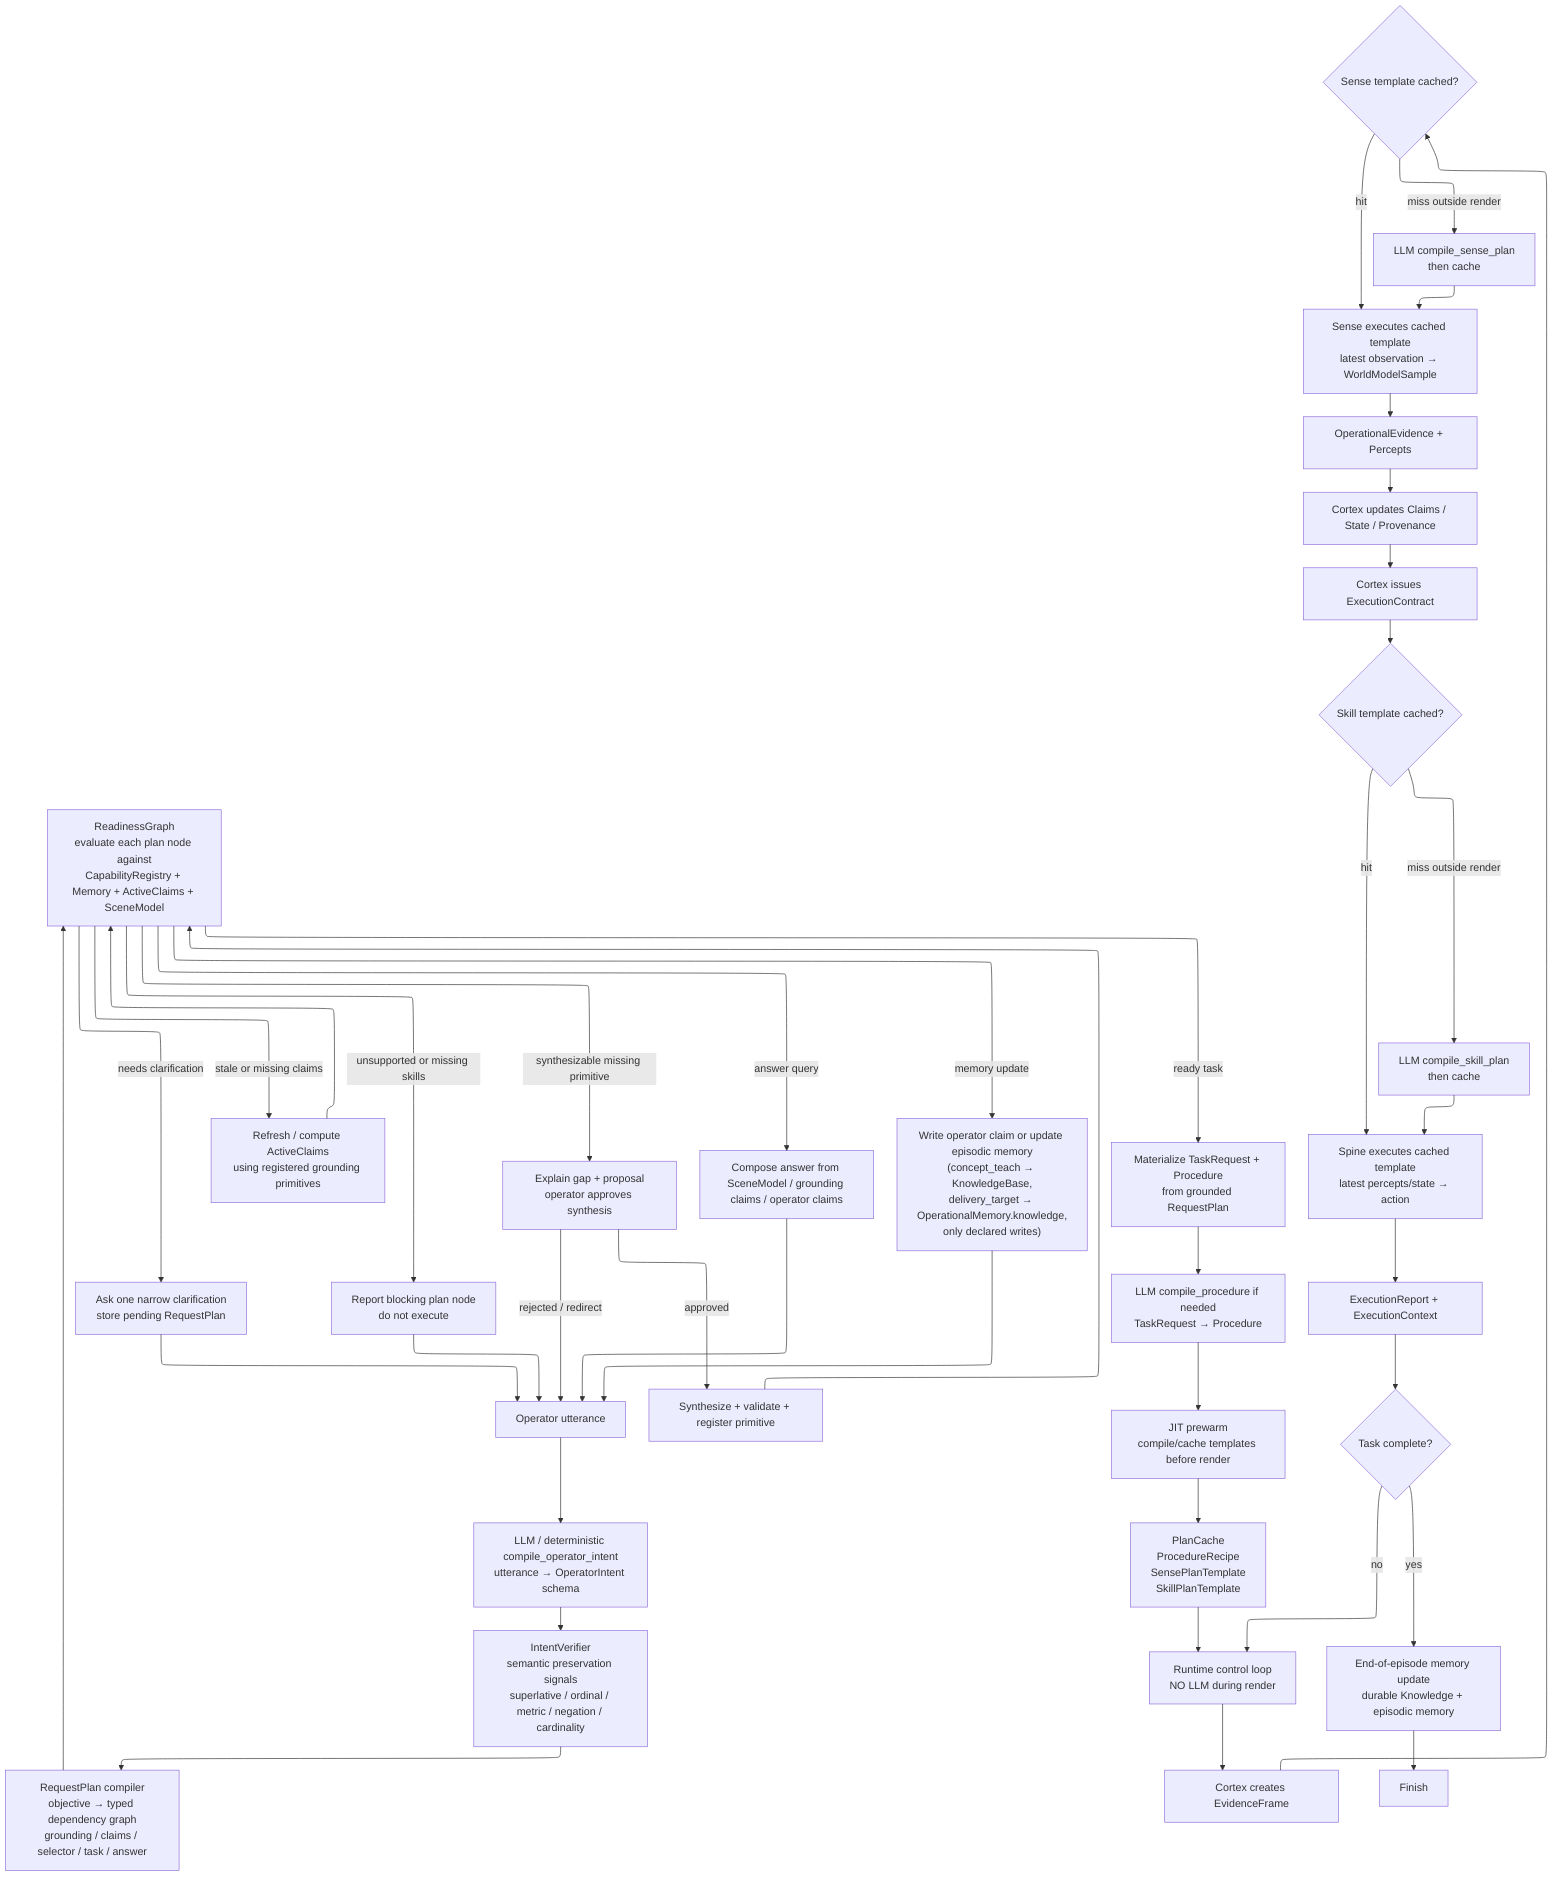
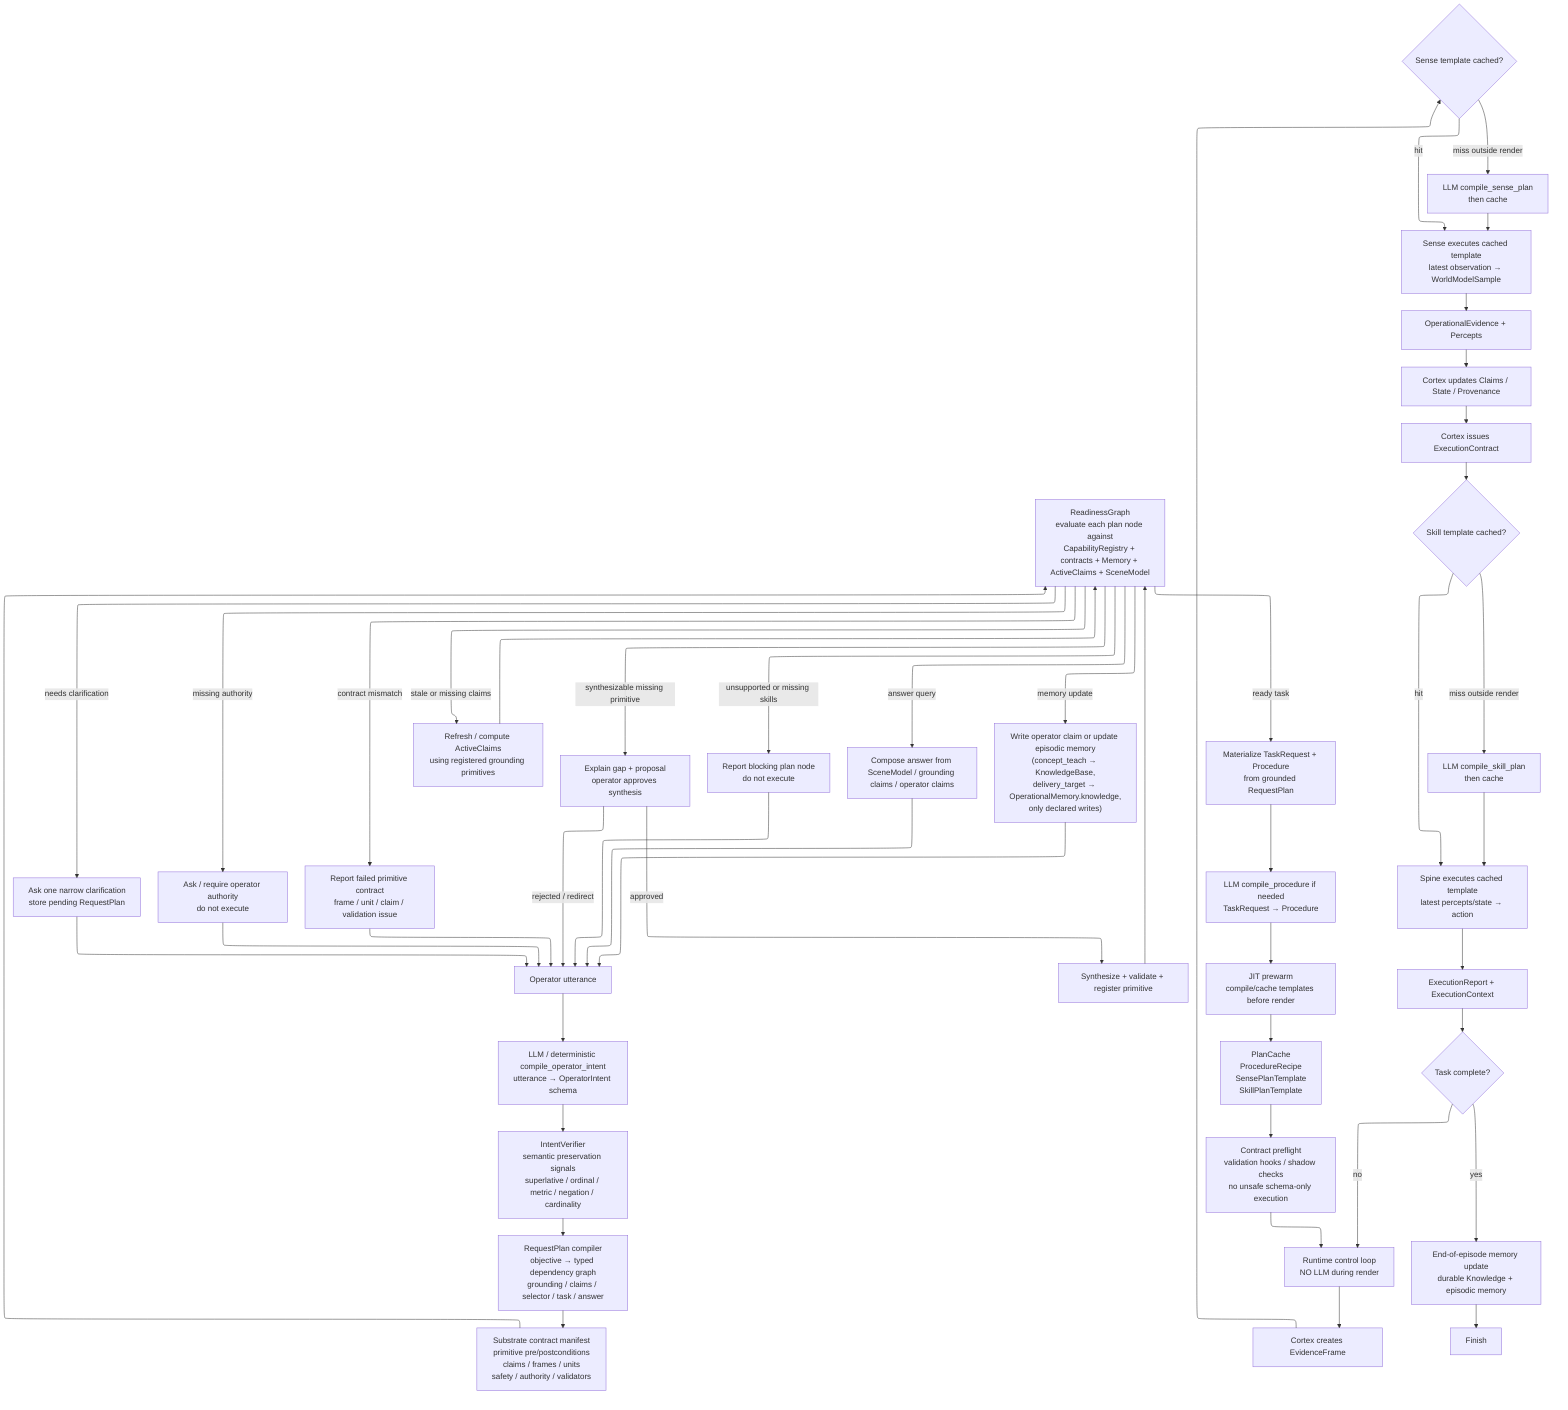
---
config:
  layout: elk
---
flowchart TD

  Start["Operator utterance"] --> CompileIntent["LLM / deterministic compile_operator_intent<br>utterance → OperatorIntent schema"]
  CompileIntent --> VerifyIntent["IntentVerifier<br>semantic preservation signals<br>superlative / ordinal / metric / negation / cardinality"]
  VerifyIntent --> RequestPlan["RequestPlan compiler<br>objective → typed dependency graph<br>grounding / claims / selector / task / answer"]
-   RequestPlan --> Readiness["ReadinessGraph<br>evaluate each plan node against<br>CapabilityRegistry + Memory + ActiveClaims + SceneModel"]
+   RequestPlan --> ContractLoad["Substrate contract manifest<br>primitive pre/postconditions<br>claims / frames / units<br>safety / authority / validators"]
+   ContractLoad --> Readiness["ReadinessGraph<br>evaluate each plan node against<br>CapabilityRegistry + contracts + Memory + ActiveClaims + SceneModel"]

  Readiness -->|needs clarification| Ask["Ask one narrow clarification<br>store pending RequestPlan"]
  Ask --> Start
+ 
+   Readiness -->|missing authority| AskAuthority["Ask / require operator authority<br>do not execute"]
+   AskAuthority --> Start
+ 
+   Readiness -->|contract mismatch| ContractBlock["Report failed primitive contract<br>frame / unit / claim / validation issue"]
+   ContractBlock --> Start

  Readiness -->|stale or missing claims| RefreshClaims["Refresh / compute ActiveClaims<br>using registered grounding primitives"]
  RefreshClaims --> Readiness

  Readiness -->|synthesizable missing primitive| Propose["Explain gap + proposal<br>operator approves synthesis"]
  Propose -->|approved| Synthesize["Synthesize + validate + register primitive"]
  Synthesize --> Readiness
  Propose -->|rejected / redirect| Start

  Readiness -->|unsupported or missing skills| Refuse["Report blocking plan node<br>do not execute"]
  Refuse --> Start

  Readiness -->|answer query| Answer["Compose answer from SceneModel / grounding claims / operator claims"]
  Answer --> Start

  Readiness -->|memory update| MemoryUpdate["Write operator claim or update episodic memory<br>(concept_teach → KnowledgeBase,<br>delivery_target → OperationalMemory.knowledge,<br>only declared writes)"]
  MemoryUpdate --> Start

  Readiness -->|ready task| Materialize["Materialize TaskRequest + Procedure<br>from grounded RequestPlan"]
  Materialize --> CompileProc["LLM compile_procedure if needed<br>TaskRequest → Procedure"]
  CompileProc --> Prewarm["JIT prewarm<br>compile/cache templates before render"]

  Prewarm --> Cache["PlanCache<br>ProcedureRecipe<br>SensePlanTemplate<br>SkillPlanTemplate"]

-   Cache --> Loop["Runtime control loop<br>NO LLM during render"]
+   Cache --> Preflight["Contract preflight<br>validation hooks / shadow checks<br>no unsafe schema-only execution"]
+   Preflight --> Loop["Runtime control loop<br>NO LLM during render"]

  Loop --> EF["Cortex creates EvidenceFrame"]
  EF --> SenseCache{"Sense template cached?"}
  SenseCache -->|hit| SenseRun["Sense executes cached template<br>latest observation → WorldModelSample"]
  SenseCache -->|miss outside render| SenseCompile["LLM compile_sense_plan<br>then cache"]
  SenseCompile --> SenseRun

  SenseRun --> Evidence["OperationalEvidence + Percepts"]
  Evidence --> CortexUpdate["Cortex updates Claims / State / Provenance"]

  CortexUpdate --> Contract["Cortex issues ExecutionContract"]
  Contract --> SkillCache{"Skill template cached?"}
  SkillCache -->|hit| SpineRun["Spine executes cached template<br>latest percepts/state → action"]
  SkillCache -->|miss outside render| SkillCompile["LLM compile_skill_plan<br>then cache"]
  SkillCompile --> SpineRun

  SpineRun --> Report["ExecutionReport + ExecutionContext"]
  Report --> Done{"Task complete?"}

  Done -->|no| Loop
  Done -->|yes| Memory["End-of-episode memory update<br>durable Knowledge + episodic memory"]
  Memory --> End["Finish"]
